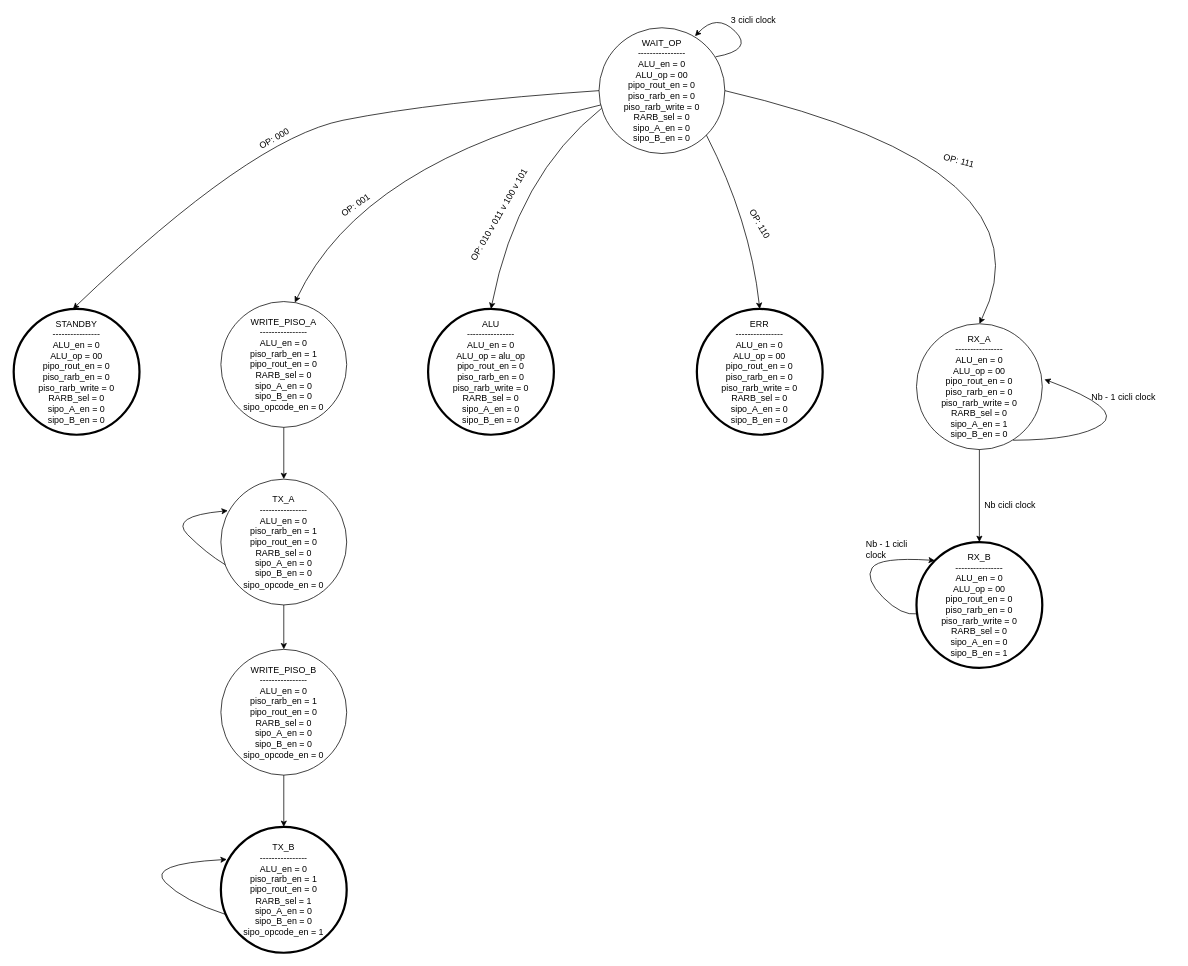
Before: docs/fsm_bella.drawio in fdila/Multi-Operation-ALU-VHDL, a draw.io diagram. Source tidied: cells renumbered, new cells numbered last; positions are measured from the earlier drawing's top-left corner, leaving out a move shared by most shapes. Both pictures are drawn from the tidied source at 74%, with x=0, y=0 at pixel (13, 13).
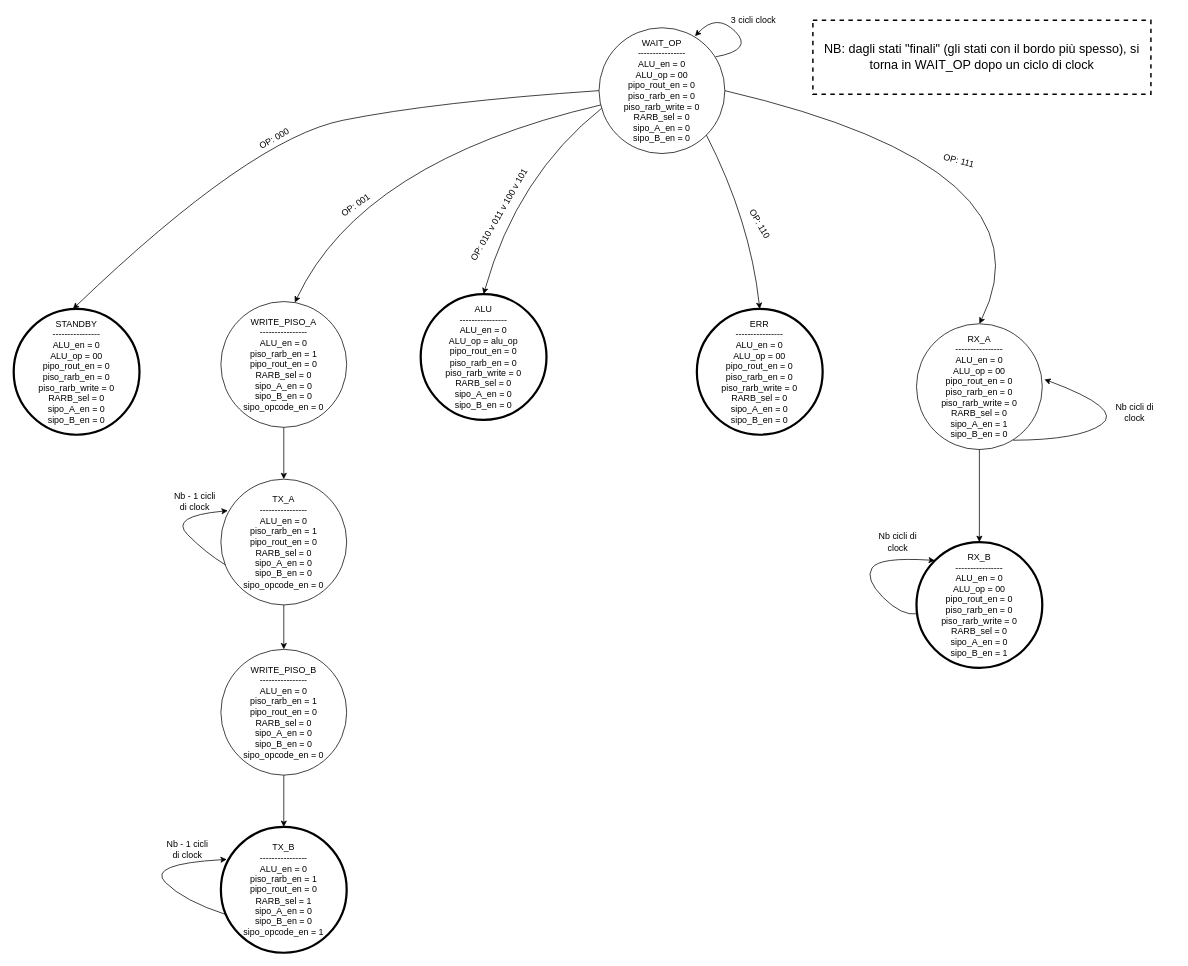
After the change.

The edit, as a diff of the source:
```diff
@@
     <mxCell id="5" value="ALU&lt;br&gt;----------------&lt;br&gt;ALU_en = 0&lt;br&gt;ALU_op = alu_op&lt;br&gt;pipo_rout_en = 0&lt;br&gt;piso_rarb_en = 0&lt;br&gt;piso_rarb_write = 0&lt;br&gt;RARB_sel = 0&lt;br&gt;sipo_A_en = 0&lt;br&gt;sipo_B_en = 0" style="ellipse;whiteSpace=wrap;html=1;strokeWidth=3;" parent="1" vertex="1">
-      <mxGeometry x="560" y="400" width="170" height="170" as="geometry" />
+      <mxGeometry x="550" y="380" width="170" height="170" as="geometry" />
     </mxCell>
@@
-    <mxCell id="23" value="Nb - 1 cicli clock" style="text;html=1;strokeColor=none;fillColor=none;align=center;verticalAlign=middle;whiteSpace=wrap;rounded=0;" parent="1" vertex="1">
-      <mxGeometry x="1430" y="510" width="140" height="20" as="geometry" />
-    </mxCell>
-    <mxCell id="24" value="Nb cicli clock" style="text;html=1;strokeColor=none;fillColor=none;align=left;verticalAlign=middle;whiteSpace=wrap;rounded=0;" parent="1" vertex="1">
-      <mxGeometry x="1310" y="655" width="140" height="20" as="geometry" />
-    </mxCell>
-    <mxCell id="25" value="Nb - 1 cicli clock" style="text;html=1;strokeColor=none;fillColor=none;align=left;verticalAlign=middle;whiteSpace=wrap;rounded=0;" parent="1" vertex="1">
-      <mxGeometry x="1150" y="715" width="80" height="20" as="geometry" />
-    </mxCell>
@@
+    <mxCell id="35" value="Nb - 1 cicli di clock" style="text;html=1;strokeColor=none;fillColor=none;align=center;verticalAlign=middle;whiteSpace=wrap;rounded=0;dashed=1;" parent="1" vertex="1">
+      <mxGeometry x="210" y="650" width="70" height="20" as="geometry" />
+    </mxCell>
+    <mxCell id="36" value="Nb cicli di clock" style="text;html=1;strokeColor=none;fillColor=none;align=center;verticalAlign=middle;whiteSpace=wrap;rounded=0;dashed=1;" parent="1" vertex="1">
+      <mxGeometry x="1480" y="530" width="70" height="20" as="geometry" />
+    </mxCell>
+    <mxCell id="37" value="Nb cicli di clock" style="text;html=1;strokeColor=none;fillColor=none;align=center;verticalAlign=middle;whiteSpace=wrap;rounded=0;dashed=1;" parent="1" vertex="1">
+      <mxGeometry x="1160" y="705" width="70" height="20" as="geometry" />
+    </mxCell>
+    <mxCell id="38" value="Nb - 1 cicli di clock" style="text;html=1;strokeColor=none;fillColor=none;align=center;verticalAlign=middle;whiteSpace=wrap;rounded=0;dashed=1;" parent="1" vertex="1">
+      <mxGeometry x="200" y="1120" width="70" height="20" as="geometry" />
+    </mxCell>
+    <mxCell id="39" value="&lt;font style=&quot;font-size: 17px&quot;&gt;NB: dagli stati &quot;finali&quot; (gli stati con il bordo più spesso), si torna in WAIT_OP dopo un ciclo di clock&lt;/font&gt;" style="text;html=1;fillColor=none;align=center;verticalAlign=middle;whiteSpace=wrap;rounded=0;dashed=1;strokeColor=#000000;strokeWidth=2;spacing=6;perimeterSpacing=4;" parent="1" vertex="1">
+      <mxGeometry x="1080" y="10" width="456.8" height="100" as="geometry" />
+    </mxCell>
```
